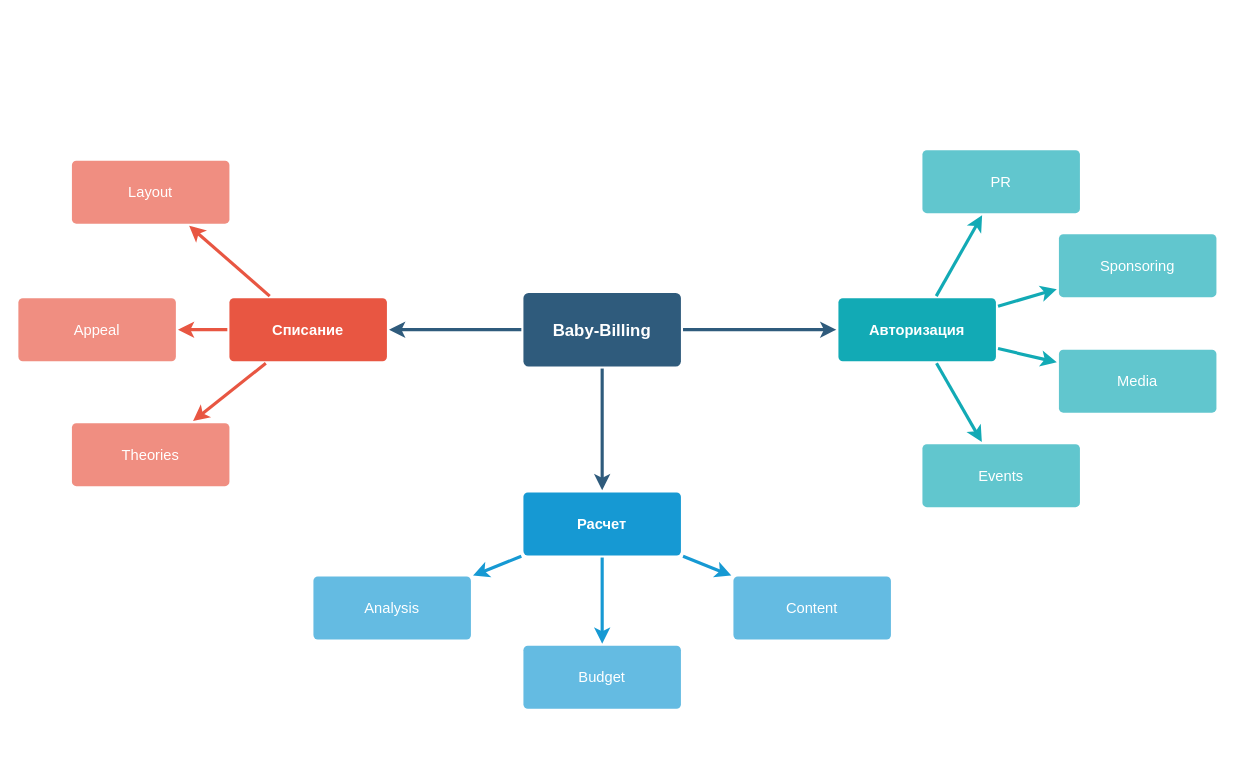
The draw.io diagram babybilling-logical-map.drawio in nesterukia/nexign-autotest-one, before the edit. Source tidied: cells renumbered, new cells numbered last; positions are measured from the earlier drawing's top-left corner, leaving out a move shared by most shapes. Both pictures are drawn from the tidied source at 105%, with x=0, y=0 at pixel (18, 149).
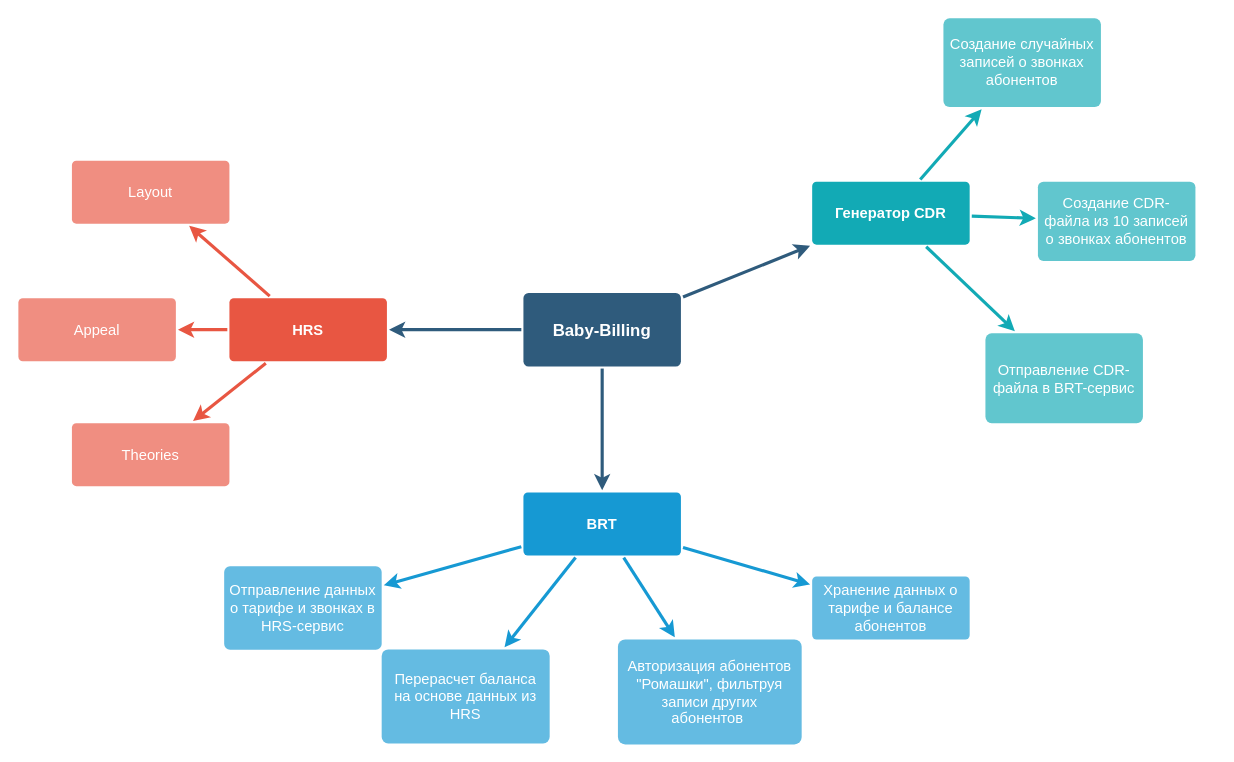
The same diagram, later.

The edit, as a diff of the source:
```diff
@@
-    <mxCell id="9" value="Списание" style="rounded=1;whiteSpace=wrap;html=1;shadow=0;labelBackgroundColor=none;strokeColor=none;strokeWidth=3;fillColor=#e85642;fontFamily=Helvetica;fontSize=14;fontColor=#FFFFFF;align=center;spacing=5;fontStyle=1;arcSize=7;perimeterSpacing=2;" parent="1" vertex="1">
+    <mxCell id="9" value="HRS" style="rounded=1;whiteSpace=wrap;html=1;shadow=0;labelBackgroundColor=none;strokeColor=none;strokeWidth=3;fillColor=#e85642;fontFamily=Helvetica;fontSize=14;fontColor=#FFFFFF;align=center;spacing=5;fontStyle=1;arcSize=7;perimeterSpacing=2;" parent="1" vertex="1">
       <mxGeometry x="201" y="141.5" width="150" height="60" as="geometry" />
     </mxCell>
@@
-    <mxCell id="16" value="Расчет" style="rounded=1;whiteSpace=wrap;html=1;shadow=0;labelBackgroundColor=none;strokeColor=none;strokeWidth=3;fillColor=#1699d3;fontFamily=Helvetica;fontSize=14;fontColor=#FFFFFF;align=center;spacing=5;fontStyle=1;arcSize=7;perimeterSpacing=2;" parent="1" vertex="1">
+    <mxCell id="16" value="BRT" style="rounded=1;whiteSpace=wrap;html=1;shadow=0;labelBackgroundColor=none;strokeColor=none;strokeWidth=3;fillColor=#1699d3;fontFamily=Helvetica;fontSize=14;fontColor=#FFFFFF;align=center;spacing=5;fontStyle=1;arcSize=7;perimeterSpacing=2;" parent="1" vertex="1">
       <mxGeometry x="481" y="326.5" width="150" height="60" as="geometry" />
     </mxCell>
-    <mxCell id="17" value="Content" style="rounded=1;whiteSpace=wrap;html=1;shadow=0;labelBackgroundColor=none;strokeColor=none;strokeWidth=3;fillColor=#64bbe2;fontFamily=Helvetica;fontSize=14;fontColor=#FFFFFF;align=center;spacing=5;arcSize=7;perimeterSpacing=2;" parent="1" vertex="1">
-      <mxGeometry x="681" y="406.5" width="150" height="60" as="geometry" />
+    <mxCell id="17" value="Хранение данных о тарифе и балансе абонентов" style="rounded=1;whiteSpace=wrap;html=1;shadow=0;labelBackgroundColor=none;strokeColor=none;strokeWidth=3;fillColor=#64bbe2;fontFamily=Helvetica;fontSize=14;fontColor=#FFFFFF;align=center;spacing=5;arcSize=7;perimeterSpacing=2;" parent="1" vertex="1">
+      <mxGeometry x="756" y="406.5" width="150" height="60" as="geometry" />
     </mxCell>
-    <mxCell id="18" value="Budget" style="rounded=1;whiteSpace=wrap;html=1;shadow=0;labelBackgroundColor=none;strokeColor=none;strokeWidth=3;fillColor=#64bbe2;fontFamily=Helvetica;fontSize=14;fontColor=#FFFFFF;align=center;spacing=5;arcSize=7;perimeterSpacing=2;" parent="1" vertex="1">
-      <mxGeometry x="481" y="472.5" width="150" height="60" as="geometry" />
+    <mxCell id="18" value="Авторизация абонентов &quot;Ромашки&quot;, фильтруя записи других абонентов&amp;nbsp;" style="rounded=1;whiteSpace=wrap;html=1;shadow=0;labelBackgroundColor=none;strokeColor=none;strokeWidth=3;fillColor=#64bbe2;fontFamily=Helvetica;fontSize=14;fontColor=#FFFFFF;align=center;spacing=5;arcSize=7;perimeterSpacing=2;" parent="1" vertex="1">
+      <mxGeometry x="571" y="466.5" width="175" height="100" as="geometry" />
     </mxCell>
-    <mxCell id="19" value="Analysis" style="rounded=1;whiteSpace=wrap;html=1;shadow=0;labelBackgroundColor=none;strokeColor=none;strokeWidth=3;fillColor=#64bbe2;fontFamily=Helvetica;fontSize=14;fontColor=#FFFFFF;align=center;spacing=5;arcSize=7;perimeterSpacing=2;" parent="1" vertex="1">
-      <mxGeometry x="281" y="406.5" width="150" height="60" as="geometry" />
+    <mxCell id="19" value="Отправление данных о тарифе и звонках в HRS-сервис" style="rounded=1;whiteSpace=wrap;html=1;shadow=0;labelBackgroundColor=none;strokeColor=none;strokeWidth=3;fillColor=#64bbe2;fontFamily=Helvetica;fontSize=14;fontColor=#FFFFFF;align=center;spacing=5;arcSize=7;perimeterSpacing=2;" parent="1" vertex="1">
+      <mxGeometry x="196" y="396.8" width="150" height="79.5" as="geometry" />
     </mxCell>
-    <mxCell id="20" value="Авторизация" style="rounded=1;whiteSpace=wrap;html=1;shadow=0;labelBackgroundColor=none;strokeColor=none;strokeWidth=3;fillColor=#12aab5;fontFamily=Helvetica;fontSize=14;fontColor=#FFFFFF;align=center;spacing=5;fontStyle=1;arcSize=7;perimeterSpacing=2;" parent="1" vertex="1">
-      <mxGeometry x="781" y="141.5" width="150" height="60" as="geometry" />
+    <mxCell id="20" value="Генератор CDR" style="rounded=1;whiteSpace=wrap;html=1;shadow=0;labelBackgroundColor=none;strokeColor=none;strokeWidth=3;fillColor=#12aab5;fontFamily=Helvetica;fontSize=14;fontColor=#FFFFFF;align=center;spacing=5;fontStyle=1;arcSize=7;perimeterSpacing=2;" parent="1" vertex="1">
+      <mxGeometry x="756" y="30.5" width="150" height="60" as="geometry" />
     </mxCell>
-    <mxCell id="21" value="Events" style="rounded=1;whiteSpace=wrap;html=1;shadow=0;labelBackgroundColor=none;strokeColor=none;strokeWidth=3;fillColor=#61c6ce;fontFamily=Helvetica;fontSize=14;fontColor=#FFFFFF;align=center;spacing=5;fontStyle=0;arcSize=7;perimeterSpacing=2;" parent="1" vertex="1">
-      <mxGeometry x="861" y="280.5" width="150" height="60" as="geometry" />
-    </mxCell>
-    <mxCell id="22" style="edgeStyle=none;rounded=1;jumpStyle=none;html=1;shadow=0;labelBackgroundColor=none;startArrow=none;startFill=0;jettySize=auto;strokeColor=#12AAB5;strokeWidth=3;fontFamily=Helvetica;fontSize=14;fontColor=#FFFFFF;spacing=5;fontStyle=1;fillColor=#b0e3e6;" parent="1" edge="1" source="20" target="21">
-      <mxGeometry relative="1" as="geometry" />
-    </mxCell>
-    <mxCell id="23" value="Media" style="rounded=1;whiteSpace=wrap;html=1;shadow=0;labelBackgroundColor=none;strokeColor=none;strokeWidth=3;fillColor=#61c6ce;fontFamily=Helvetica;fontSize=14;fontColor=#FFFFFF;align=center;spacing=5;fontStyle=0;arcSize=7;perimeterSpacing=2;" parent="1" vertex="1">
-      <mxGeometry x="991" y="190.5" width="150" height="60" as="geometry" />
+    <mxCell id="23" value="Отправление CDR-файла в BRT-сервис" style="rounded=1;whiteSpace=wrap;html=1;shadow=0;labelBackgroundColor=none;strokeColor=none;strokeWidth=3;fillColor=#61c6ce;fontFamily=Helvetica;fontSize=14;fontColor=#FFFFFF;align=center;spacing=5;fontStyle=0;arcSize=7;perimeterSpacing=2;" parent="1" vertex="1">
+      <mxGeometry x="921" y="175" width="150" height="85.5" as="geometry" />
     </mxCell>
@@
-    <mxCell id="25" value="Sponsoring" style="rounded=1;whiteSpace=wrap;html=1;shadow=0;labelBackgroundColor=none;strokeColor=none;strokeWidth=3;fillColor=#61c6ce;fontFamily=Helvetica;fontSize=14;fontColor=#FFFFFF;align=center;spacing=5;fontStyle=0;arcSize=7;perimeterSpacing=2;" parent="1" vertex="1">
-      <mxGeometry x="991" y="80.5" width="150" height="60" as="geometry" />
+    <mxCell id="25" value="Создание CDR-файла из 10 записей о звонках абонентов" style="rounded=1;whiteSpace=wrap;html=1;shadow=0;labelBackgroundColor=none;strokeColor=none;strokeWidth=3;fillColor=#61c6ce;fontFamily=Helvetica;fontSize=14;fontColor=#FFFFFF;align=center;spacing=5;fontStyle=0;arcSize=7;perimeterSpacing=2;" parent="1" vertex="1">
+      <mxGeometry x="971" y="30.5" width="150" height="75.5" as="geometry" />
     </mxCell>
@@
-    <mxCell id="27" value="PR" style="rounded=1;whiteSpace=wrap;html=1;shadow=0;labelBackgroundColor=none;strokeColor=none;strokeWidth=3;fillColor=#61c6ce;fontFamily=Helvetica;fontSize=14;fontColor=#FFFFFF;align=center;spacing=5;fontStyle=0;arcSize=7;perimeterSpacing=2;" parent="1" vertex="1">
-      <mxGeometry x="861" y="0.5" width="150" height="60" as="geometry" />
+    <mxCell id="27" value="Создание случайных записей о звонках абонентов" style="rounded=1;whiteSpace=wrap;html=1;shadow=0;labelBackgroundColor=none;strokeColor=none;strokeWidth=3;fillColor=#61c6ce;fontFamily=Helvetica;fontSize=14;fontColor=#FFFFFF;align=center;spacing=5;fontStyle=0;arcSize=7;perimeterSpacing=2;" parent="1" vertex="1">
+      <mxGeometry x="881" y="-125" width="150" height="84.5" as="geometry" />
     </mxCell>
@@
+    <mxCell id="29" style="edgeStyle=none;rounded=0;jumpStyle=none;html=1;shadow=0;labelBackgroundColor=none;startArrow=none;startFill=0;endArrow=classic;endFill=1;jettySize=auto;strokeColor=#1699D3;strokeWidth=3;fontFamily=Helvetica;fontSize=14;fontColor=#FFFFFF;spacing=5;" parent="1" edge="1" source="16" target="30">
+      <mxGeometry relative="1" as="geometry" />
+    </mxCell>
+    <mxCell id="30" value="Перерасчет баланса на основе данных из HRS" style="rounded=1;whiteSpace=wrap;html=1;shadow=0;labelBackgroundColor=none;strokeColor=none;strokeWidth=3;fillColor=#64bbe2;fontFamily=Helvetica;fontSize=14;fontColor=#FFFFFF;align=center;spacing=5;arcSize=7;perimeterSpacing=2;" parent="1" vertex="1">
+      <mxGeometry x="346" y="476" width="160" height="89.5" as="geometry" />
+    </mxCell>
```
